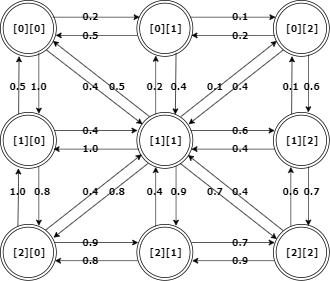
Earlier version of the draw.io export documentation/graph.png (ilarijn/worldmapgenerator). Source tidied: cells renumbered, new cells last; positions are measured from the earlier drawing's top-left corner, leaving out a move shared by most shapes.
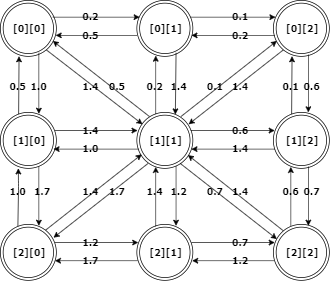
The same file after the commit.

What changed in the source:
```diff
@@ -254,28 +254,28 @@
     <mxCell id="54" value="&lt;b&gt;&lt;font face=&quot;Verdana&quot;&gt;0.2&lt;/font&gt;&lt;/b&gt;" style="text;html=1;strokeColor=none;fillColor=none;align=center;verticalAlign=middle;whiteSpace=wrap;rounded=0;fontSize=13;" parent="1" vertex="1">
       <mxGeometry x="323" y="40" width="40" height="20" as="geometry" />
     </mxCell>
-    <mxCell id="55" value="&lt;b&gt;&lt;font face=&quot;Verdana&quot;&gt;0.4&lt;br&gt;&lt;/font&gt;&lt;/b&gt;" style="text;html=1;strokeColor=none;fillColor=none;align=center;verticalAlign=middle;whiteSpace=wrap;rounded=0;fontSize=13;" parent="1" vertex="1">
+    <mxCell id="55" value="&lt;b&gt;&lt;font face=&quot;Verdana&quot;&gt;1.4&lt;br&gt;&lt;/font&gt;&lt;/b&gt;" style="text;html=1;strokeColor=none;fillColor=none;align=center;verticalAlign=middle;whiteSpace=wrap;rounded=0;fontSize=13;" parent="1" vertex="1">
       <mxGeometry x="235" y="113" width="40" height="20" as="geometry" />
     </mxCell>
-    <mxCell id="56" value="&lt;b&gt;&lt;font face=&quot;Verdana&quot;&gt;0.4&lt;br&gt;&lt;/font&gt;&lt;/b&gt;" style="text;html=1;strokeColor=none;fillColor=none;align=center;verticalAlign=middle;whiteSpace=wrap;rounded=0;fontSize=13;" parent="1" vertex="1">
+    <mxCell id="56" value="&lt;b&gt;&lt;font face=&quot;Verdana&quot;&gt;1.4&lt;br&gt;&lt;/font&gt;&lt;/b&gt;" style="text;html=1;strokeColor=none;fillColor=none;align=center;verticalAlign=middle;whiteSpace=wrap;rounded=0;fontSize=13;" parent="1" vertex="1">
       <mxGeometry x="323" y="113" width="40" height="20" as="geometry" />
     </mxCell>
-    <mxCell id="57" value="&lt;b&gt;&lt;font face=&quot;Verdana&quot;&gt;0.4&lt;br&gt;&lt;/font&gt;&lt;/b&gt;" style="text;html=1;strokeColor=none;fillColor=none;align=center;verticalAlign=middle;whiteSpace=wrap;rounded=0;fontSize=13;" parent="1" vertex="1">
+    <mxCell id="57" value="&lt;b&gt;&lt;font face=&quot;Verdana&quot;&gt;1.4&lt;br&gt;&lt;/font&gt;&lt;/b&gt;" style="text;html=1;strokeColor=none;fillColor=none;align=center;verticalAlign=middle;whiteSpace=wrap;rounded=0;fontSize=13;" parent="1" vertex="1">
       <mxGeometry x="323" y="202" width="40" height="20" as="geometry" />
     </mxCell>
-    <mxCell id="58" value="&lt;b&gt;&lt;font face=&quot;Verdana&quot;&gt;0.4&lt;br&gt;&lt;/font&gt;&lt;/b&gt;" style="text;html=1;strokeColor=none;fillColor=none;align=center;verticalAlign=middle;whiteSpace=wrap;rounded=0;fontSize=13;" parent="1" vertex="1">
+    <mxCell id="58" value="&lt;b&gt;&lt;font face=&quot;Verdana&quot;&gt;1.4&lt;br&gt;&lt;/font&gt;&lt;/b&gt;" style="text;html=1;strokeColor=none;fillColor=none;align=center;verticalAlign=middle;whiteSpace=wrap;rounded=0;fontSize=13;" parent="1" vertex="1">
       <mxGeometry x="109" y="176" width="40" height="20" as="geometry" />
     </mxCell>
-    <mxCell id="59" value="&lt;b&gt;&lt;font face=&quot;Verdana&quot;&gt;0.4&lt;br&gt;&lt;/font&gt;&lt;/b&gt;" style="text;html=1;strokeColor=none;fillColor=none;align=center;verticalAlign=middle;whiteSpace=wrap;rounded=0;fontSize=13;" parent="1" vertex="1">
+    <mxCell id="59" value="&lt;b&gt;&lt;font face=&quot;Verdana&quot;&gt;1.4&lt;br&gt;&lt;/font&gt;&lt;/b&gt;" style="text;html=1;strokeColor=none;fillColor=none;align=center;verticalAlign=middle;whiteSpace=wrap;rounded=0;fontSize=13;" parent="1" vertex="1">
       <mxGeometry x="109" y="113" width="40" height="20" as="geometry" />
     </mxCell>
-    <mxCell id="60" value="&lt;b&gt;&lt;font face=&quot;Verdana&quot;&gt;0.4&lt;br&gt;&lt;/font&gt;&lt;/b&gt;" style="text;html=1;strokeColor=none;fillColor=none;align=center;verticalAlign=middle;whiteSpace=wrap;rounded=0;fontSize=13;" parent="1" vertex="1">
+    <mxCell id="60" value="&lt;b&gt;&lt;font face=&quot;Verdana&quot;&gt;1.4&lt;br&gt;&lt;/font&gt;&lt;/b&gt;" style="text;html=1;strokeColor=none;fillColor=none;align=center;verticalAlign=middle;whiteSpace=wrap;rounded=0;fontSize=13;" parent="1" vertex="1">
       <mxGeometry x="109" y="263" width="40" height="20" as="geometry" />
     </mxCell>
-    <mxCell id="61" value="&lt;b&gt;&lt;font face=&quot;Verdana&quot;&gt;0.4&lt;br&gt;&lt;/font&gt;&lt;/b&gt;" style="text;html=1;strokeColor=none;fillColor=none;align=center;verticalAlign=middle;whiteSpace=wrap;rounded=0;fontSize=13;" parent="1" vertex="1">
+    <mxCell id="61" value="&lt;b&gt;&lt;font face=&quot;Verdana&quot;&gt;1.4&lt;br&gt;&lt;/font&gt;&lt;/b&gt;" style="text;html=1;strokeColor=none;fillColor=none;align=center;verticalAlign=middle;whiteSpace=wrap;rounded=0;fontSize=13;" parent="1" vertex="1">
       <mxGeometry x="323" y="263" width="40" height="20" as="geometry" />
     </mxCell>
-    <mxCell id="62" value="&lt;b&gt;&lt;font face=&quot;Verdana&quot;&gt;0.4&lt;br&gt;&lt;/font&gt;&lt;/b&gt;" style="text;html=1;strokeColor=none;fillColor=none;align=center;verticalAlign=middle;whiteSpace=wrap;rounded=0;fontSize=13;" parent="1" vertex="1">
+    <mxCell id="62" value="&lt;b&gt;&lt;font face=&quot;Verdana&quot;&gt;1.4&lt;br&gt;&lt;/font&gt;&lt;/b&gt;" style="text;html=1;strokeColor=none;fillColor=none;align=center;verticalAlign=middle;whiteSpace=wrap;rounded=0;fontSize=13;" parent="1" vertex="1">
       <mxGeometry x="201" y="263" width="40" height="20" as="geometry" />
     </mxCell>
     <mxCell id="63" value="&lt;b&gt;&lt;font face=&quot;Verdana&quot;&gt;0.5&lt;br&gt;&lt;/font&gt;&lt;/b&gt;" style="text;html=1;strokeColor=none;fillColor=none;align=center;verticalAlign=middle;whiteSpace=wrap;rounded=0;fontSize=13;" parent="1" vertex="1">
@@ -314,22 +314,22 @@
     <mxCell id="74" value="&lt;b&gt;&lt;font face=&quot;Verdana&quot;&gt;0.7&lt;br&gt;&lt;/font&gt;&lt;/b&gt;" style="text;html=1;strokeColor=none;fillColor=none;align=center;verticalAlign=middle;whiteSpace=wrap;rounded=0;fontSize=13;" parent="1" vertex="1">
       <mxGeometry x="323" y="336" width="40" height="20" as="geometry" />
     </mxCell>
-    <mxCell id="75" value="&lt;b&gt;&lt;font face=&quot;Verdana&quot;&gt;0.9&lt;br&gt;&lt;/font&gt;&lt;/b&gt;" style="text;html=1;strokeColor=none;fillColor=none;align=center;verticalAlign=middle;whiteSpace=wrap;rounded=0;fontSize=13;" parent="1" vertex="1">
+    <mxCell id="75" value="&lt;b&gt;&lt;font face=&quot;Verdana&quot;&gt;1.2&lt;br&gt;&lt;/font&gt;&lt;/b&gt;" style="text;html=1;strokeColor=none;fillColor=none;align=center;verticalAlign=middle;whiteSpace=wrap;rounded=0;fontSize=13;" parent="1" vertex="1">
       <mxGeometry x="323" y="362" width="40" height="20" as="geometry" />
     </mxCell>
-    <mxCell id="76" value="&lt;b&gt;&lt;font face=&quot;Verdana&quot;&gt;0.9&lt;br&gt;&lt;/font&gt;&lt;/b&gt;" style="text;html=1;strokeColor=none;fillColor=none;align=center;verticalAlign=middle;whiteSpace=wrap;rounded=0;fontSize=13;" parent="1" vertex="1">
+    <mxCell id="76" value="&lt;b&gt;&lt;font face=&quot;Verdana&quot;&gt;1.2&lt;br&gt;&lt;/font&gt;&lt;/b&gt;" style="text;html=1;strokeColor=none;fillColor=none;align=center;verticalAlign=middle;whiteSpace=wrap;rounded=0;fontSize=13;" parent="1" vertex="1">
       <mxGeometry x="109" y="336" width="40" height="20" as="geometry" />
     </mxCell>
-    <mxCell id="77" value="&lt;b&gt;&lt;font face=&quot;Verdana&quot;&gt;0.9&lt;br&gt;&lt;/font&gt;&lt;/b&gt;" style="text;html=1;strokeColor=none;fillColor=none;align=center;verticalAlign=middle;whiteSpace=wrap;rounded=0;fontSize=13;" parent="1" vertex="1">
+    <mxCell id="77" value="&lt;b&gt;&lt;font face=&quot;Verdana&quot;&gt;1.2&lt;br&gt;&lt;/font&gt;&lt;/b&gt;" style="text;html=1;strokeColor=none;fillColor=none;align=center;verticalAlign=middle;whiteSpace=wrap;rounded=0;fontSize=13;" parent="1" vertex="1">
       <mxGeometry x="235" y="263" width="40" height="20" as="geometry" />
     </mxCell>
-    <mxCell id="78" value="&lt;b&gt;&lt;font face=&quot;Verdana&quot;&gt;0.8&lt;br&gt;&lt;/font&gt;&lt;/b&gt;" style="text;html=1;strokeColor=none;fillColor=none;align=center;verticalAlign=middle;whiteSpace=wrap;rounded=0;fontSize=13;" parent="1" vertex="1">
+    <mxCell id="78" value="&lt;b&gt;&lt;font face=&quot;Verdana&quot;&gt;1.7&lt;br&gt;&lt;/font&gt;&lt;/b&gt;" style="text;html=1;strokeColor=none;fillColor=none;align=center;verticalAlign=middle;whiteSpace=wrap;rounded=0;fontSize=13;" parent="1" vertex="1">
       <mxGeometry x="109" y="362" width="40" height="20" as="geometry" />
     </mxCell>
-    <mxCell id="79" value="&lt;b&gt;&lt;font face=&quot;Verdana&quot;&gt;0.8&lt;br&gt;&lt;/font&gt;&lt;/b&gt;" style="text;html=1;strokeColor=none;fillColor=none;align=center;verticalAlign=middle;whiteSpace=wrap;rounded=0;fontSize=13;" parent="1" vertex="1">
+    <mxCell id="79" value="&lt;b&gt;&lt;font face=&quot;Verdana&quot;&gt;1.7&lt;br&gt;&lt;/font&gt;&lt;/b&gt;" style="text;html=1;strokeColor=none;fillColor=none;align=center;verticalAlign=middle;whiteSpace=wrap;rounded=0;fontSize=13;" parent="1" vertex="1">
       <mxGeometry x="40" y="263" width="40" height="20" as="geometry" />
     </mxCell>
-    <mxCell id="80" value="&lt;b&gt;&lt;font face=&quot;Verdana&quot;&gt;0.8&lt;br&gt;&lt;/font&gt;&lt;/b&gt;" style="text;html=1;strokeColor=none;fillColor=none;align=center;verticalAlign=middle;whiteSpace=wrap;rounded=0;fontSize=13;" parent="1" vertex="1">
+    <mxCell id="80" value="&lt;b&gt;&lt;font face=&quot;Verdana&quot;&gt;1.7&lt;br&gt;&lt;/font&gt;&lt;/b&gt;" style="text;html=1;strokeColor=none;fillColor=none;align=center;verticalAlign=middle;whiteSpace=wrap;rounded=0;fontSize=13;" parent="1" vertex="1">
       <mxGeometry x="147" y="263" width="40" height="20" as="geometry" />
     </mxCell>
     <mxCell id="81" value="&lt;b&gt;&lt;font face=&quot;Verdana&quot;&gt;1.0&lt;br&gt;&lt;/font&gt;&lt;/b&gt;" style="text;html=1;strokeColor=none;fillColor=none;align=center;verticalAlign=middle;whiteSpace=wrap;rounded=0;fontSize=13;" parent="1" vertex="1">
```
